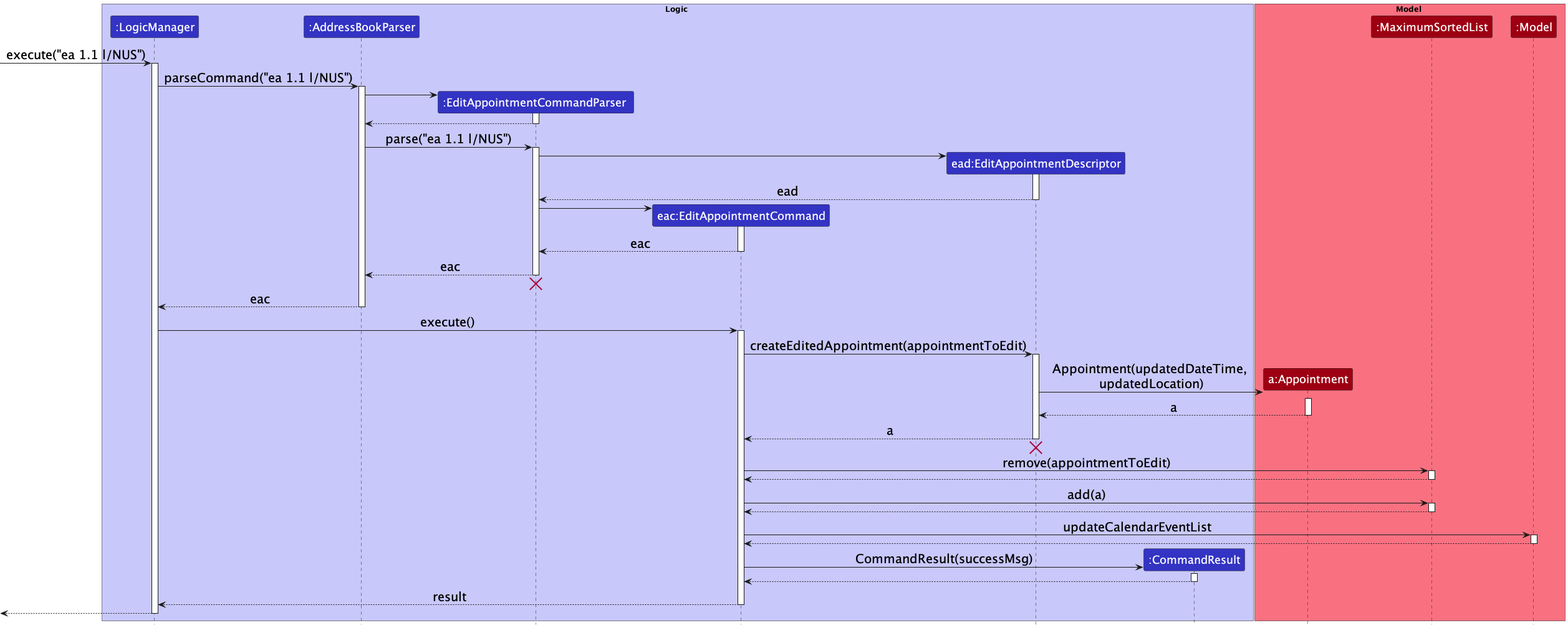
nus-cs2103-AY2223S1/tp keeps this PlantUML diagram as docs/images/EditAppointmentCommandSequenceDiagram.png. Above is the earlier version.
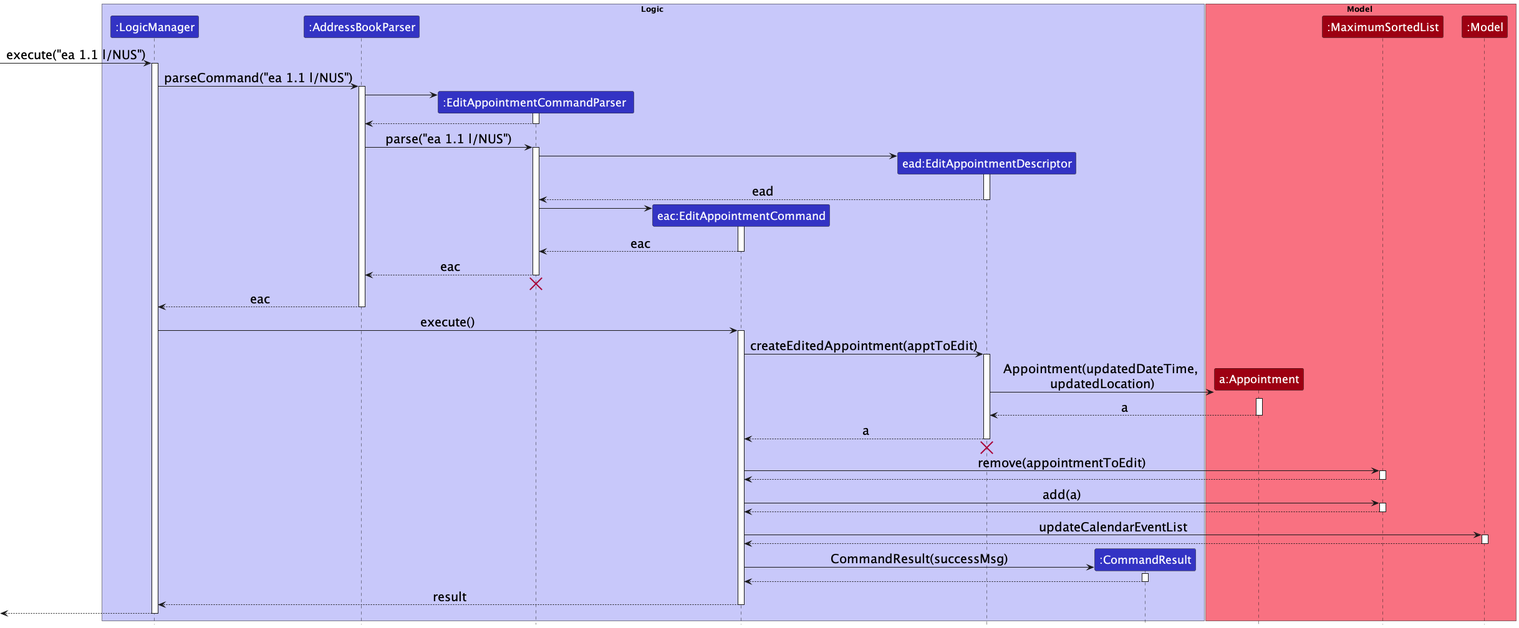
Above is the later version.

Change to the diagram source:
```diff
@@ -64,7 +64,7 @@
 LogicManager -> EditAppointmentCommand : execute()
 activate EditAppointmentCommand
 
-EditAppointmentCommand -> EditAppointmentDescriptor : createEditedAppointment(appointmentToEdit)
+EditAppointmentCommand -> EditAppointmentDescriptor : createEditedAppointment(apptToEdit)
 activate EditAppointmentDescriptor
 
 create Appointment
```
